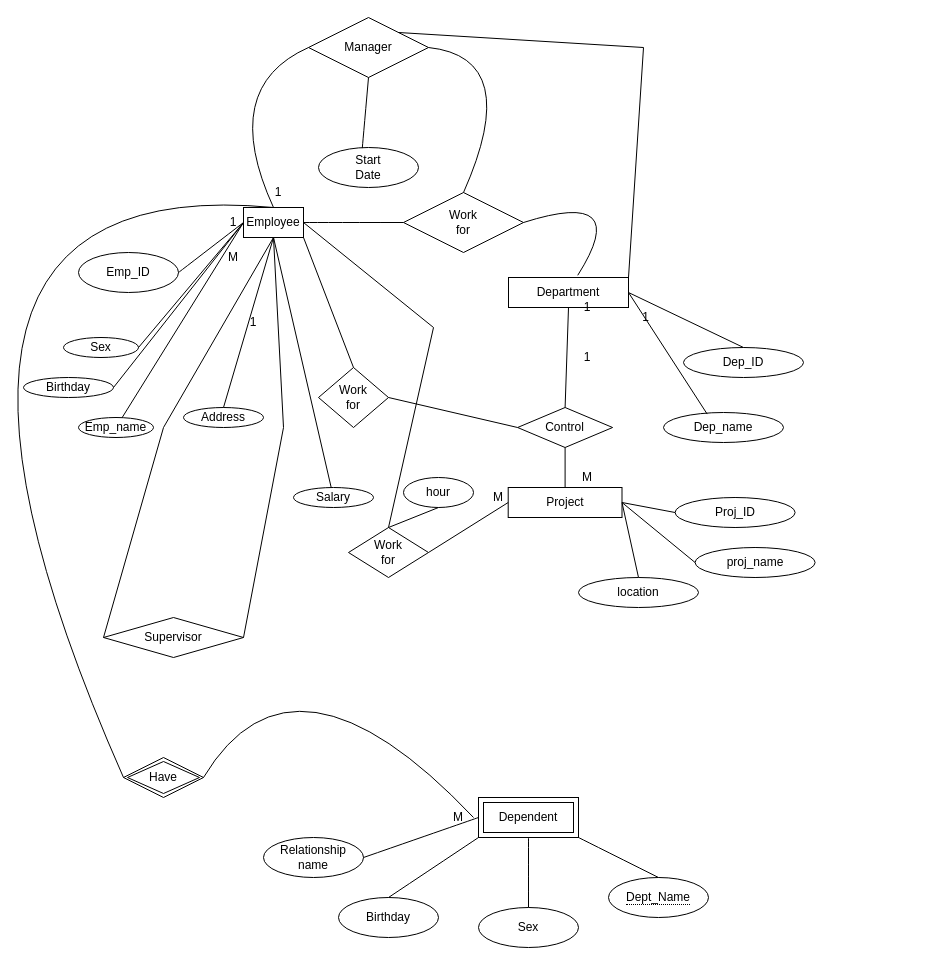
This is Example Company Database.drawio from votranngochuu/Database_Summer_2025, a draw.io file, before an edit. Source tidied: cells renumbered, new cells numbered last; positions are measured from the earlier drawing's top-left corner, leaving out a move shared by most shapes. Both pictures are drawn from the tidied source at 100%, with x=0, y=0 at pixel (-147, 17).
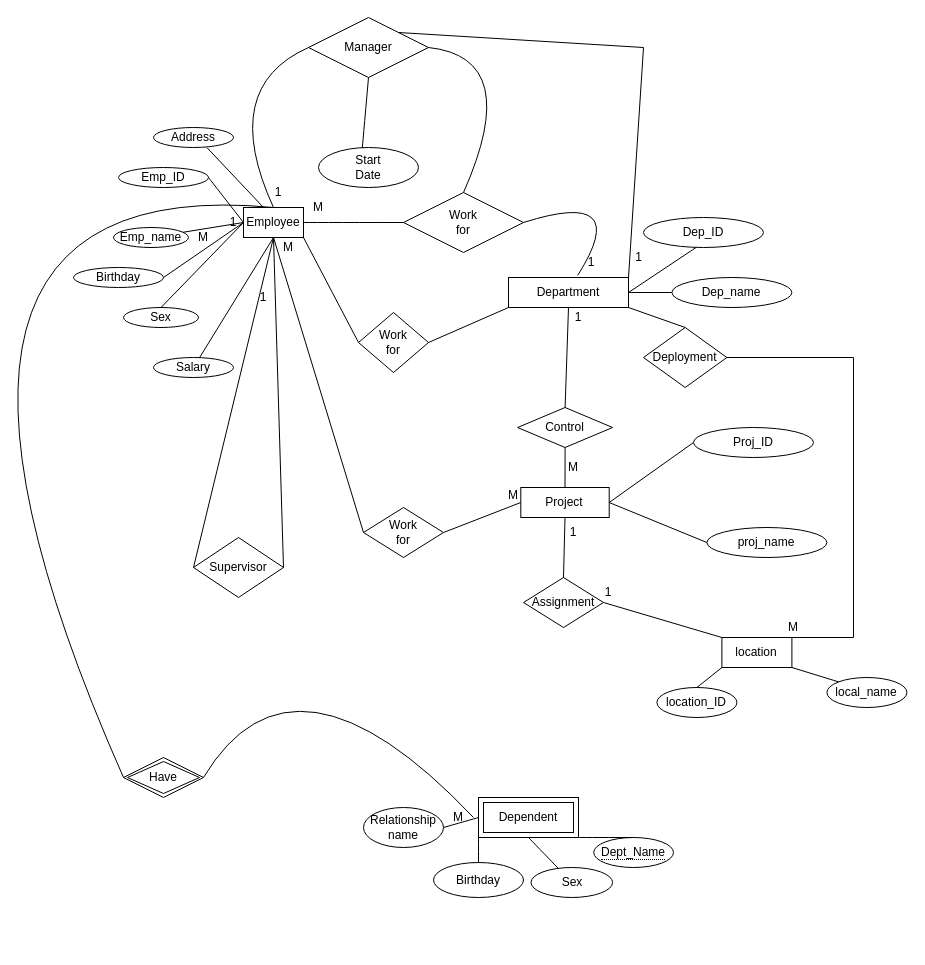
Above is the later version.

Unchanged cells that the change refers to:
```xml
<mxCell id="2" value="Employee" style="rounded=0;whiteSpace=wrap;html=1;" parent="1" vertex="1">
  <mxGeometry x="390" y="190" width="60" height="30" as="geometry" />
</mxCell>
<mxCell id="12" value="Department" style="rounded=0;whiteSpace=wrap;html=1;" parent="1" vertex="1">
  <mxGeometry x="655" y="260" width="120" height="30" as="geometry" />
</mxCell>
<mxCell id="13" value="Control" style="rhombus;whiteSpace=wrap;html=1;" parent="1" vertex="1">
  <mxGeometry x="664.1" y="390" width="95" height="40" as="geometry" />
</mxCell>
<mxCell id="66" value="1" style="text;strokeColor=none;align=center;fillColor=none;html=1;verticalAlign=middle;whiteSpace=wrap;rounded=0;" parent="1" vertex="1">
  <mxGeometry x="350" y="190" width="60" height="30" as="geometry" />
</mxCell>
```

What changed in the source:
```diff
@@
     <mxCell id="3" value="Salary" style="ellipse;whiteSpace=wrap;html=1;" parent="1" vertex="1">
-      <mxGeometry x="440" y="470" width="80" height="20" as="geometry" />
+      <mxGeometry x="300" y="340" width="80" height="20" as="geometry" />
     </mxCell>
     <mxCell id="4" value="Emp_name" style="ellipse;whiteSpace=wrap;html=1;" parent="1" vertex="1">
-      <mxGeometry x="225" y="400" width="75" height="20" as="geometry" />
+      <mxGeometry x="260" y="210" width="75" height="20" as="geometry" />
     </mxCell>
     <mxCell id="5" value="Sex" style="ellipse;whiteSpace=wrap;html=1;" parent="1" vertex="1">
-      <mxGeometry x="210" y="320" width="75" height="20" as="geometry" />
+      <mxGeometry x="270" y="290" width="75" height="20" as="geometry" />
     </mxCell>
     <mxCell id="6" value="Address" style="ellipse;whiteSpace=wrap;html=1;" parent="1" vertex="1">
-      <mxGeometry x="330" y="390" width="80" height="20" as="geometry" />
+      <mxGeometry x="300" y="110" width="80" height="20" as="geometry" />
     </mxCell>
@@
-    <mxCell id="10" style="endArrow=none;html=1;rounded=0;exitX=0.5;exitY=0;exitDx=0;exitDy=0;" parent="1" edge="1" source="6">
-      <mxGeometry relative="1" as="geometry">
-        <mxPoint x="420" y="220" as="targetPoint" />
-      </mxGeometry>
+    <mxCell id="10" style="endArrow=none;html=1;rounded=0;exitX=0.671;exitY=1.017;exitDx=0;exitDy=0;exitPerimeter=0;entryX=1;entryY=0;entryDx=0;entryDy=0;" parent="1" edge="1" source="6" target="66">
+      <mxGeometry relative="1" as="geometry" />
     </mxCell>
-    <mxCell id="11" style="endArrow=none;html=1;rounded=0;exitX=1;exitY=0.5;exitDx=0;exitDy=0;entryX=0;entryY=0.5;entryDx=0;entryDy=0;" parent="1" edge="1" source="5" target="2">
+    <mxCell id="11" style="endArrow=none;html=1;rounded=0;exitX=0.5;exitY=0;exitDx=0;exitDy=0;entryX=0;entryY=0.5;entryDx=0;entryDy=0;" parent="1" edge="1" source="5" target="2">
       <mxGeometry relative="1" as="geometry" />
     </mxCell>
@@
     <mxCell id="15" value="Project" style="rounded=0;whiteSpace=wrap;html=1;" parent="1" vertex="1">
-      <mxGeometry x="654.7" y="470" width="113.8" height="30" as="geometry" />
+      <mxGeometry x="667.3" y="470" width="88.4" height="30" as="geometry" />
     </mxCell>
@@
     <mxCell id="17" value="Dep_ID" style="ellipse;whiteSpace=wrap;html=1;" parent="1" vertex="1">
-      <mxGeometry x="830" y="330" width="120" height="30" as="geometry" />
+      <mxGeometry x="790" y="200" width="120" height="30" as="geometry" />
     </mxCell>
-    <mxCell id="18" style="endArrow=none;html=1;rounded=0;entryX=1;entryY=0.5;entryDx=0;entryDy=0;exitX=0.5;exitY=0;exitDx=0;exitDy=0;" parent="1" edge="1" source="17" target="12">
+    <mxCell id="18" style="endArrow=none;html=1;rounded=0;entryX=1;entryY=0.5;entryDx=0;entryDy=0;exitX=0.439;exitY=0.997;exitDx=0;exitDy=0;exitPerimeter=0;" parent="1" edge="1" source="17" target="12">
       <mxGeometry relative="1" as="geometry" />
     </mxCell>
     <mxCell id="19" value="Dep_name" style="ellipse;whiteSpace=wrap;html=1;" parent="1" vertex="1">
-      <mxGeometry x="810" y="395" width="120" height="30" as="geometry" />
+      <mxGeometry x="818.4" y="260" width="120" height="30" as="geometry" />
     </mxCell>
-    <mxCell id="20" style="endArrow=none;html=1;rounded=0;entryX=1;entryY=0.5;entryDx=0;entryDy=0;exitX=0.364;exitY=0.052;exitDx=0;exitDy=0;exitPerimeter=0;" parent="1" edge="1" source="19" target="12">
+    <mxCell id="20" style="endArrow=none;html=1;rounded=0;entryX=1;entryY=0.5;entryDx=0;entryDy=0;exitX=0;exitY=0.5;exitDx=0;exitDy=0;" parent="1" edge="1" source="19" target="12">
       <mxGeometry relative="1" as="geometry" />
     </mxCell>
     <mxCell id="21" value="Proj_ID" style="ellipse;whiteSpace=wrap;html=1;" parent="1" vertex="1">
-      <mxGeometry x="821.6" y="480" width="120" height="30" as="geometry" />
+      <mxGeometry x="840" y="410" width="120" height="30" as="geometry" />
     </mxCell>
@@
     <mxCell id="23" value="proj_name" style="ellipse;whiteSpace=wrap;html=1;" parent="1" vertex="1">
-      <mxGeometry x="841.6" y="530" width="120" height="30" as="geometry" />
+      <mxGeometry x="853.4" y="510" width="120" height="30" as="geometry" />
     </mxCell>
@@
-    <mxCell id="25" value="location" style="ellipse;whiteSpace=wrap;html=1;" parent="1" vertex="1">
-      <mxGeometry x="725" y="560" width="120" height="30" as="geometry" />
-    </mxCell>
-    <mxCell id="26" style="endArrow=none;html=1;rounded=0;entryX=1;entryY=0.5;entryDx=0;entryDy=0;exitX=0.5;exitY=0;exitDx=0;exitDy=0;" parent="1" edge="1" source="25" target="15">
-      <mxGeometry relative="1" as="geometry" />
-    </mxCell>
     <mxCell id="27" value="Work&lt;div&gt;for&lt;/div&gt;" style="rhombus;whiteSpace=wrap;html=1;" parent="1" vertex="1">
-      <mxGeometry x="495" y="510" width="80" height="50" as="geometry" />
+      <mxGeometry x="510" y="490" width="80" height="50" as="geometry" />
     </mxCell>
@@
-    <mxCell id="29" style="endArrow=none;html=1;rounded=0;entryX=0.5;entryY=0;entryDx=0;entryDy=0;exitX=1;exitY=0.5;exitDx=0;exitDy=0;" parent="1" edge="1" source="2" target="27">
-      <mxGeometry relative="1" as="geometry">
-        <Array as="points">
-          <mxPoint x="580" y="310" />
-        </Array>
-      </mxGeometry>
-    </mxCell>
     <mxCell id="30" value="Birthday" style="ellipse;whiteSpace=wrap;html=1;" parent="1" vertex="1">
-      <mxGeometry x="170" y="360" width="90" height="20" as="geometry" />
+      <mxGeometry x="220" y="250" width="90" height="20" as="geometry" />
     </mxCell>
@@
     <mxCell id="32" value="Supervisor" style="rhombus;whiteSpace=wrap;html=1;" parent="1" vertex="1">
-      <mxGeometry x="250" y="600" width="140" height="40" as="geometry" />
+      <mxGeometry x="340" y="520" width="90" height="60" as="geometry" />
     </mxCell>
-    <mxCell id="33" style="endArrow=none;html=1;rounded=0;entryX=0.5;entryY=1;entryDx=0;entryDy=0;exitX=1;exitY=0.5;exitDx=0;exitDy=0;" parent="1" edge="1" source="32" target="2">
-      <mxGeometry relative="1" as="geometry">
-        <Array as="points">
-          <mxPoint x="430" y="410" />
-        </Array>
-      </mxGeometry>
-    </mxCell>
-    <mxCell id="34" style="endArrow=none;html=1;rounded=0;exitX=0;exitY=0.5;exitDx=0;exitDy=0;entryX=0.5;entryY=1;entryDx=0;entryDy=0;" parent="1" edge="1" source="32" target="2">
-      <mxGeometry relative="1" as="geometry">
-        <Array as="points">
-          <mxPoint x="310" y="410" />
-        </Array>
-      </mxGeometry>
-    </mxCell>
@@
     <mxCell id="36" value="&lt;span style=&quot;border-bottom: 1px dotted&quot;&gt;Dept_Name&lt;/span&gt;" style="ellipse;whiteSpace=wrap;html=1;align=center;" parent="1" vertex="1">
-      <mxGeometry x="755" y="860" width="100" height="40" as="geometry" />
+      <mxGeometry x="740.2" y="820" width="79.8" height="30" as="geometry" />
     </mxCell>
@@
     <mxCell id="38" value="Sex" style="ellipse;whiteSpace=wrap;html=1;align=center;" parent="1" vertex="1">
-      <mxGeometry x="625" y="890" width="100" height="40" as="geometry" />
+      <mxGeometry x="677.5" y="850" width="81.6" height="30" as="geometry" />
     </mxCell>
@@
     <mxCell id="40" value="Birthday" style="ellipse;whiteSpace=wrap;html=1;align=center;" parent="1" vertex="1">
-      <mxGeometry x="485" y="880" width="100" height="40" as="geometry" />
+      <mxGeometry x="580" y="845" width="90" height="35" as="geometry" />
     </mxCell>
     <mxCell id="41" value="Relationship name" style="ellipse;whiteSpace=wrap;html=1;align=center;" parent="1" vertex="1">
-      <mxGeometry x="410" y="820" width="100" height="40" as="geometry" />
+      <mxGeometry x="510" y="790" width="80" height="40" as="geometry" />
     </mxCell>
@@
     <mxCell id="46" value="Emp_ID" style="ellipse;whiteSpace=wrap;html=1;align=center;" parent="1" vertex="1">
-      <mxGeometry x="225" y="235" width="100" height="40" as="geometry" />
+      <mxGeometry x="265" y="150" width="90" height="20" as="geometry" />
     </mxCell>
@@
     <mxCell id="58" value="1" style="text;strokeColor=none;align=center;fillColor=none;html=1;verticalAlign=middle;whiteSpace=wrap;rounded=0;" parent="1" vertex="1">
-      <mxGeometry x="709.1" y="280" width="50" height="20" as="geometry" />
+      <mxGeometry x="700" y="290" width="50" height="20" as="geometry" />
     </mxCell>
     <mxCell id="59" value="1" style="text;strokeColor=none;align=center;fillColor=none;html=1;verticalAlign=middle;whiteSpace=wrap;rounded=0;" parent="1" vertex="1">
-      <mxGeometry x="704.1" y="330" width="60" height="20" as="geometry" />
+      <mxGeometry x="708.4" y="235" width="60" height="20" as="geometry" />
     </mxCell>
@@
     <mxCell id="61" value="1" style="text;strokeColor=none;align=center;fillColor=none;html=1;verticalAlign=middle;whiteSpace=wrap;rounded=0;" parent="1" vertex="1">
-      <mxGeometry x="775" y="290" width="35" height="20" as="geometry" />
+      <mxGeometry x="768.4" y="230" width="35" height="20" as="geometry" />
     </mxCell>
     <mxCell id="62" value="M" style="text;strokeColor=none;align=center;fillColor=none;html=1;verticalAlign=middle;whiteSpace=wrap;rounded=0;" parent="1" vertex="1">
-      <mxGeometry x="704.1" y="450" width="60" height="20" as="geometry" />
+      <mxGeometry x="690" y="440" width="60" height="20" as="geometry" />
     </mxCell>
     <mxCell id="63" value="M" style="text;strokeColor=none;align=center;fillColor=none;html=1;verticalAlign=middle;whiteSpace=wrap;rounded=0;" parent="1" vertex="1">
-      <mxGeometry x="620" y="472.5" width="50" height="15" as="geometry" />
+      <mxGeometry x="635" y="470" width="50" height="15" as="geometry" />
     </mxCell>
@@
     <mxCell id="67" value="1" style="text;strokeColor=none;align=center;fillColor=none;html=1;verticalAlign=middle;whiteSpace=wrap;rounded=0;" parent="1" vertex="1">
-      <mxGeometry x="370" y="290" width="60" height="30" as="geometry" />
+      <mxGeometry x="380" y="265" width="60" height="30" as="geometry" />
     </mxCell>
     <mxCell id="68" value="M" style="text;strokeColor=none;align=center;fillColor=none;html=1;verticalAlign=middle;whiteSpace=wrap;rounded=0;" parent="1" vertex="1">
-      <mxGeometry x="350" y="230" width="60" height="20" as="geometry" />
+      <mxGeometry x="320" y="210" width="60" height="20" as="geometry" />
     </mxCell>
     <mxCell id="69" value="Work&lt;div&gt;for&lt;/div&gt;" style="shape=rhombus;perimeter=rhombusPerimeter;whiteSpace=wrap;html=1;align=center;" parent="1" vertex="1">
-      <mxGeometry x="465" y="350" width="70" height="60" as="geometry" />
+      <mxGeometry x="505" y="295" width="70" height="60" as="geometry" />
     </mxCell>
-    <mxCell id="70" style="endArrow=none;html=1;rounded=0;exitX=1;exitY=1;exitDx=0;exitDy=0;entryX=0.5;entryY=0;entryDx=0;entryDy=0;" parent="1" edge="1" source="2" target="69">
+    <mxCell id="70" style="endArrow=none;html=1;rounded=0;exitX=1;exitY=1;exitDx=0;exitDy=0;entryX=0;entryY=0.5;entryDx=0;entryDy=0;" parent="1" edge="1" source="2" target="69">
       <mxGeometry relative="1" as="geometry" />
     </mxCell>
-    <mxCell id="71" style="endArrow=none;html=1;rounded=0;entryX=0;entryY=0.5;entryDx=0;entryDy=0;exitX=1;exitY=0.5;exitDx=0;exitDy=0;" parent="1" edge="1" source="69" target="13">
+    <mxCell id="71" style="endArrow=none;html=1;rounded=0;entryX=0;entryY=1;entryDx=0;entryDy=0;exitX=1;exitY=0.5;exitDx=0;exitDy=0;" parent="1" edge="1" source="69" target="12">
       <mxGeometry relative="1" as="geometry" />
     </mxCell>
-    <mxCell id="72" value="hour" style="ellipse;whiteSpace=wrap;html=1;align=center;" parent="1" vertex="1">
-      <mxGeometry x="550" y="460" width="70" height="30" as="geometry" />
-    </mxCell>
-    <mxCell id="73" style="endArrow=none;html=1;rounded=0;exitX=0.5;exitY=0;exitDx=0;exitDy=0;entryX=0.5;entryY=1;entryDx=0;entryDy=0;" parent="1" edge="1" source="27" target="72">
-      <mxGeometry relative="1" as="geometry" />
-    </mxCell>
+    <mxCell id="74" value="M" style="text;strokeColor=none;align=center;fillColor=none;html=1;verticalAlign=middle;whiteSpace=wrap;rounded=0;" parent="1" vertex="1">
+      <mxGeometry x="440" y="180" width="50" height="20" as="geometry" />
+    </mxCell>
+    <mxCell id="75" value="M" style="text;strokeColor=none;align=center;fillColor=none;html=1;verticalAlign=middle;whiteSpace=wrap;rounded=0;" parent="1" vertex="1">
+      <mxGeometry x="410" y="220" width="50" height="20" as="geometry" />
+    </mxCell>
+    <mxCell id="76" style="endArrow=none;html=1;rounded=0;entryX=1;entryY=0.5;entryDx=0;entryDy=0;" parent="1" edge="1" target="32">
+      <mxGeometry relative="1" as="geometry">
+        <mxPoint x="420" y="220" as="sourcePoint" />
+      </mxGeometry>
+    </mxCell>
+    <mxCell id="77" style="endArrow=none;html=1;rounded=0;entryX=0;entryY=0.5;entryDx=0;entryDy=0;" parent="1" edge="1" target="32">
+      <mxGeometry relative="1" as="geometry">
+        <mxPoint x="420" y="220" as="sourcePoint" />
+      </mxGeometry>
+    </mxCell>
+    <mxCell id="78" value="Deployment" style="shape=rhombus;perimeter=rhombusPerimeter;whiteSpace=wrap;html=1;align=center;" parent="1" vertex="1">
+      <mxGeometry x="790" y="310" width="83.4" height="60" as="geometry" />
+    </mxCell>
+    <mxCell id="79" style="endArrow=none;html=1;rounded=0;exitX=1;exitY=1;exitDx=0;exitDy=0;entryX=0.5;entryY=0;entryDx=0;entryDy=0;" parent="1" edge="1" source="12" target="78">
+      <mxGeometry relative="1" as="geometry" />
+    </mxCell>
+    <mxCell id="80" value="Assignment" style="shape=rhombus;perimeter=rhombusPerimeter;whiteSpace=wrap;html=1;align=center;" parent="1" vertex="1">
+      <mxGeometry x="670" y="560" width="80" height="50" as="geometry" />
+    </mxCell>
+    <mxCell id="25" value="location" style="whiteSpace=wrap;html=1;align=center;" parent="1" vertex="1">
+      <mxGeometry x="868.4" y="620" width="70" height="30" as="geometry" />
+    </mxCell>
+    <mxCell id="81" value="local_name" style="ellipse;whiteSpace=wrap;html=1;align=center;" parent="1" vertex="1">
+      <mxGeometry x="973.4" y="660" width="80" height="30" as="geometry" />
+    </mxCell>
+    <mxCell id="82" style="endArrow=none;html=1;rounded=0;exitX=1;exitY=1;exitDx=0;exitDy=0;entryX=0;entryY=0;entryDx=0;entryDy=0;" parent="1" edge="1" source="25" target="81">
+      <mxGeometry relative="1" as="geometry" />
+    </mxCell>
+    <mxCell id="83" value="location_ID" style="ellipse;whiteSpace=wrap;html=1;align=center;" parent="1" vertex="1">
+      <mxGeometry x="803.4" y="670" width="80" height="30" as="geometry" />
+    </mxCell>
+    <mxCell id="84" style="endArrow=none;html=1;rounded=0;entryX=0;entryY=1;entryDx=0;entryDy=0;exitX=0.5;exitY=0;exitDx=0;exitDy=0;" parent="1" edge="1" source="83" target="25">
+      <mxGeometry relative="1" as="geometry" />
+    </mxCell>
+    <mxCell id="85" style="endArrow=none;html=1;rounded=0;exitX=0.5;exitY=1;exitDx=0;exitDy=0;entryX=0.5;entryY=0;entryDx=0;entryDy=0;" parent="1" edge="1" source="15" target="80">
+      <mxGeometry relative="1" as="geometry" />
+    </mxCell>
+    <mxCell id="86" style="endArrow=none;html=1;rounded=0;entryX=0;entryY=0;entryDx=0;entryDy=0;exitX=1;exitY=0.5;exitDx=0;exitDy=0;" parent="1" edge="1" source="80" target="25">
+      <mxGeometry relative="1" as="geometry" />
+    </mxCell>
+    <mxCell id="87" style="endArrow=none;html=1;rounded=0;exitX=1;exitY=0.5;exitDx=0;exitDy=0;entryX=1;entryY=0;entryDx=0;entryDy=0;" parent="1" edge="1" source="78" target="25">
+      <mxGeometry relative="1" as="geometry">
+        <Array as="points">
+          <mxPoint x="1000" y="340" />
+          <mxPoint x="1000" y="620" />
+        </Array>
+      </mxGeometry>
+    </mxCell>
+    <mxCell id="88" value="M" style="text;strokeColor=none;align=center;fillColor=none;html=1;verticalAlign=middle;whiteSpace=wrap;rounded=0;" parent="1" vertex="1">
+      <mxGeometry x="910" y="600" width="60" height="20" as="geometry" />
+    </mxCell>
+    <mxCell id="89" value="1" style="text;strokeColor=none;align=center;fillColor=none;html=1;verticalAlign=middle;whiteSpace=wrap;rounded=0;" parent="1" vertex="1">
+      <mxGeometry x="690" y="500" width="60" height="30" as="geometry" />
+    </mxCell>
+    <mxCell id="90" value="1" style="text;strokeColor=none;align=center;fillColor=none;html=1;verticalAlign=middle;whiteSpace=wrap;rounded=0;" parent="1" vertex="1">
+      <mxGeometry x="725" y="560" width="60" height="30" as="geometry" />
+    </mxCell>
+    <mxCell id="91" style="endArrow=none;html=1;rounded=0;entryX=0;entryY=0.5;entryDx=0;entryDy=0;" parent="1" edge="1" target="27">
+      <mxGeometry relative="1" as="geometry">
+        <mxPoint x="420" y="220" as="sourcePoint" />
+      </mxGeometry>
+    </mxCell>
```
